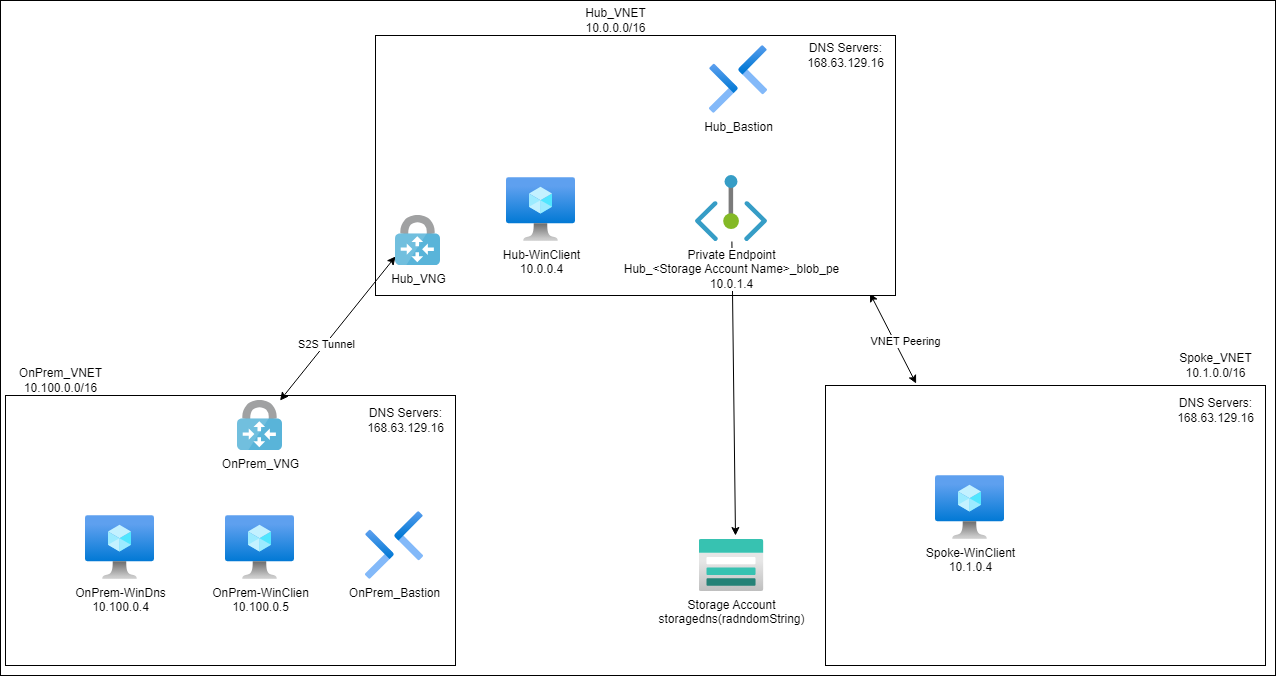
jimgodden/Azure_Networking_Labs keeps this draw.io diagram as Deployment_Training/Azure_DNS/diagram.drawio.png. Above is the earlier version. Source tidied: cells renumbered, new cells last; positions are measured from the earlier drawing's top-left corner, leaving out a move shared by most shapes. The source it was exported from:
```xml
<mxGraphModel>
  <root>
    <mxCell id="0" />
    <mxCell id="1" parent="0" />
    <mxCell id="2" style="whiteSpace=wrap;html=1;" parent="1" vertex="1">
      <mxGeometry width="1275" height="675" as="geometry" />
    </mxCell>
    <mxCell id="3" style="rounded=0;whiteSpace=wrap;html=1;" parent="1" vertex="1">
      <mxGeometry x="825" y="385" width="440" height="280" as="geometry" />
    </mxCell>
    <mxCell id="4" value="Spoke_VNET&lt;br&gt;10.1.0.0/16" style="text;html=1;align=center;verticalAlign=middle;strokeColor=none;fillColor=none;" parent="1" vertex="1">
      <mxGeometry x="1165" y="345" width="100" height="40" as="geometry" />
    </mxCell>
    <mxCell id="5" style="edgeStyle=none;html=1;entryX=0.206;entryY=-0.007;entryDx=0;entryDy=0;entryPerimeter=0;exitX=0.951;exitY=0.992;exitDx=0;exitDy=0;exitPerimeter=0;startArrow=classic;startFill=1;" parent="1" edge="1" source="7" target="3">
      <mxGeometry relative="1" as="geometry" />
    </mxCell>
    <mxCell id="6" value="VNET Peering" style="edgeLabel;html=1;align=center;verticalAlign=middle;" parent="5" vertex="1">
      <mxGeometry x="0.35" y="1" relative="1" as="geometry">
        <mxPoint x="3" y="-12" as="offset" />
      </mxGeometry>
    </mxCell>
    <mxCell id="7" style="rounded=0;whiteSpace=wrap;html=1;" parent="1" vertex="1">
      <mxGeometry x="375" y="35" width="520" height="260" as="geometry" />
    </mxCell>
    <mxCell id="8" value="Hub_VNET&lt;br&gt;10.0.0.0/16" style="text;html=1;align=center;verticalAlign=middle;strokeColor=none;fillColor=none;" parent="1" vertex="1">
      <mxGeometry x="575" width="80" height="40" as="geometry" />
    </mxCell>
    <mxCell id="9" style="whiteSpace=wrap;html=1;" parent="1" vertex="1">
      <mxGeometry x="5" y="395" width="450" height="270" as="geometry" />
    </mxCell>
    <mxCell id="10" value="OnPrem_VNET&lt;br&gt;10.100.0.0/16" style="text;html=1;align=center;verticalAlign=middle;strokeColor=none;fillColor=none;" parent="1" vertex="1">
      <mxGeometry x="5" y="360" width="110" height="40" as="geometry" />
    </mxCell>
    <mxCell id="11" value="OnPrem-WinDns&lt;br&gt;10.100.0.4" style="html=1;align=center;image;fontSize=12;image=img/lib/azure2/compute/Virtual_Machine.svg;" parent="1" vertex="1">
      <mxGeometry x="85" y="515" width="69" height="64" as="geometry" />
    </mxCell>
    <mxCell id="12" value="Storage Account&lt;br&gt;storagedns(radndomString)" style="html=1;align=center;image;fontSize=12;image=img/lib/azure2/storage/Storage_Accounts.svg;" parent="1" vertex="1">
      <mxGeometry x="698.5" y="539" width="65" height="52" as="geometry" />
    </mxCell>
    <mxCell id="13" value="Hub_Bastion" style="html=1;align=center;image;fontSize=12;image=img/lib/azure2/networking/Bastions.svg;" parent="1" vertex="1">
      <mxGeometry x="709" y="45" width="58" height="68" as="geometry" />
    </mxCell>
    <mxCell id="14" style="edgeStyle=none;html=1;startArrow=none;startFill=0;" parent="1" edge="1" source="15">
      <mxGeometry relative="1" as="geometry">
        <mxPoint x="735" y="535" as="targetPoint" />
      </mxGeometry>
    </mxCell>
    <mxCell id="15" value="Private Endpoint&lt;br&gt;Hub_&amp;lt;Storage Account Name&amp;gt;_blob_pe&lt;br&gt;10.0.1.4" style="html=1;points=[];align=center;image;fontSize=12;image=img/lib/azure2/networking/Private_Endpoint.svg;" parent="1" vertex="1">
      <mxGeometry x="695" y="175" width="72" height="66" as="geometry" />
    </mxCell>
    <mxCell id="16" value="DNS Servers:&lt;br&gt;168.63.129.16" style="text;html=1;align=center;verticalAlign=middle;strokeColor=none;fillColor=none;" parent="1" vertex="1">
      <mxGeometry x="1165" y="390" width="100" height="40" as="geometry" />
    </mxCell>
    <mxCell id="17" value="DNS Servers:&lt;br&gt;168.63.129.16" style="text;html=1;align=center;verticalAlign=middle;strokeColor=none;fillColor=none;" parent="1" vertex="1">
      <mxGeometry x="795" y="35" width="100" height="40" as="geometry" />
    </mxCell>
    <mxCell id="18" value="DNS Servers:&lt;br&gt;168.63.129.16" style="text;html=1;align=center;verticalAlign=middle;strokeColor=none;fillColor=none;" parent="1" vertex="1">
      <mxGeometry x="355" y="400" width="100" height="40" as="geometry" />
    </mxCell>
    <mxCell id="19" value="OnPrem-WinClien&lt;br&gt;10.100.0.5" style="html=1;align=center;image;fontSize=12;image=img/lib/azure2/compute/Virtual_Machine.svg;" parent="1" vertex="1">
      <mxGeometry x="225" y="515" width="69" height="64" as="geometry" />
    </mxCell>
    <mxCell id="20" value="Spoke-WinClient&lt;br&gt;10.1.0.4" style="html=1;align=center;image;fontSize=12;image=img/lib/azure2/compute/Virtual_Machine.svg;" parent="1" vertex="1">
      <mxGeometry x="935" y="475" width="69" height="64" as="geometry" />
    </mxCell>
    <mxCell id="21" value="Hub-WinClient&lt;br&gt;10.0.0.4" style="html=1;align=center;image;fontSize=12;image=img/lib/azure2/compute/Virtual_Machine.svg;" parent="1" vertex="1">
      <mxGeometry x="506" y="177" width="69" height="64" as="geometry" />
    </mxCell>
    <mxCell id="22" style="edgeStyle=none;html=1;entryX=0;entryY=0.82;entryDx=0;entryDy=0;entryPerimeter=0;startArrow=classic;startFill=1;" parent="1" edge="1" source="24" target="25">
      <mxGeometry relative="1" as="geometry" />
    </mxCell>
    <mxCell id="23" value="S2S Tunnel" style="edgeLabel;html=1;align=center;verticalAlign=middle;" parent="22" vertex="1">
      <mxGeometry x="-0.21" relative="1" as="geometry" />
    </mxCell>
    <mxCell id="24" value="OnPrem_VNG" style="sketch=0;html=1;points=[];align=center;image;fontSize=12;image=img/lib/mscae/VPN_Gateway.svg;" parent="1" vertex="1">
      <mxGeometry x="237" y="400" width="45" height="50" as="geometry" />
    </mxCell>
    <mxCell id="25" value="Hub_VNG" style="sketch=0;html=1;points=[];align=center;image;fontSize=12;image=img/lib/mscae/VPN_Gateway.svg;" parent="1" vertex="1">
      <mxGeometry x="395" y="215" width="45" height="50" as="geometry" />
    </mxCell>
    <mxCell id="26" value="OnPrem_Bastion" style="html=1;points=[];align=center;image;fontSize=12;image=img/lib/azure2/networking/Bastions.svg;" parent="1" vertex="1">
      <mxGeometry x="365" y="511" width="58" height="68" as="geometry" />
    </mxCell>
  </root>
</mxGraphModel>
```
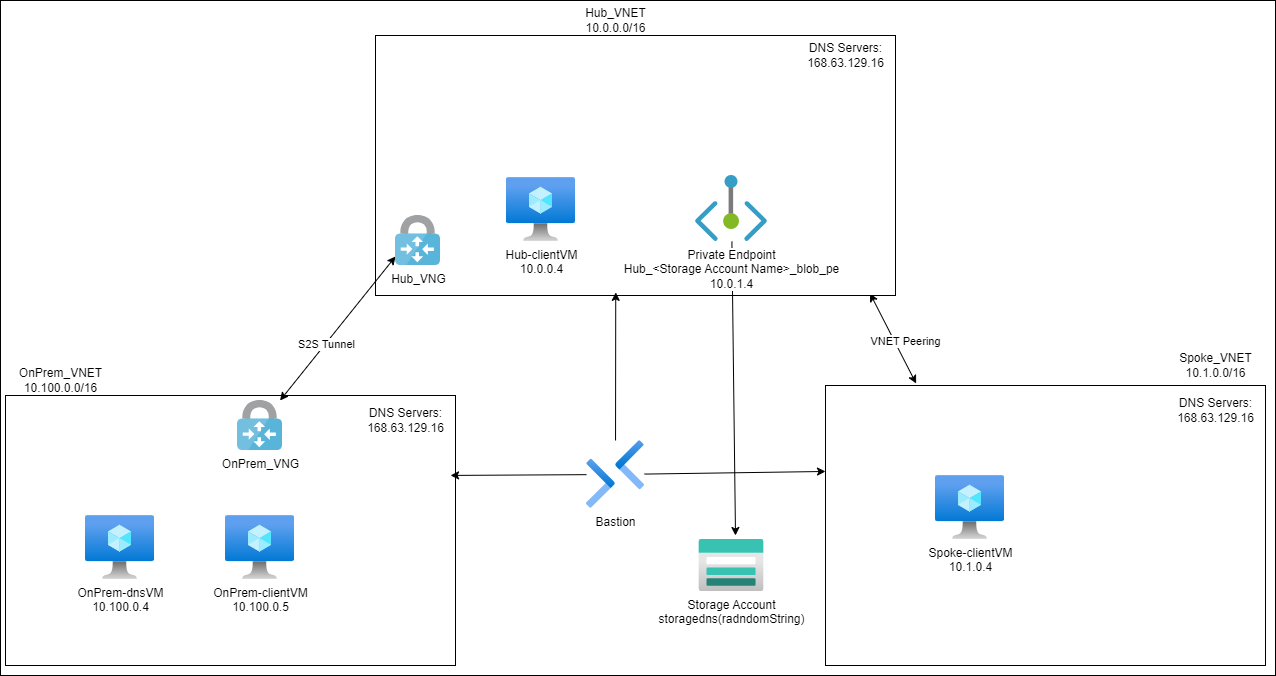
Later version of the same file.

What changed in the source:
```diff
@@ -31,15 +31,12 @@
     <mxCell id="10" value="OnPrem_VNET&lt;br&gt;10.100.0.0/16" style="text;html=1;align=center;verticalAlign=middle;strokeColor=none;fillColor=none;" parent="1" vertex="1">
       <mxGeometry x="5" y="360" width="110" height="40" as="geometry" />
     </mxCell>
-    <mxCell id="11" value="OnPrem-WinDns&lt;br&gt;10.100.0.4" style="html=1;align=center;image;fontSize=12;image=img/lib/azure2/compute/Virtual_Machine.svg;" parent="1" vertex="1">
+    <mxCell id="11" value="OnPrem-dnsVM&lt;br&gt;10.100.0.4" style="html=1;align=center;image;fontSize=12;image=img/lib/azure2/compute/Virtual_Machine.svg;" parent="1" vertex="1">
       <mxGeometry x="85" y="515" width="69" height="64" as="geometry" />
     </mxCell>
     <mxCell id="12" value="Storage Account&lt;br&gt;storagedns(radndomString)" style="html=1;align=center;image;fontSize=12;image=img/lib/azure2/storage/Storage_Accounts.svg;" parent="1" vertex="1">
       <mxGeometry x="698.5" y="539" width="65" height="52" as="geometry" />
     </mxCell>
-    <mxCell id="13" value="Hub_Bastion" style="html=1;align=center;image;fontSize=12;image=img/lib/azure2/networking/Bastions.svg;" parent="1" vertex="1">
-      <mxGeometry x="709" y="45" width="58" height="68" as="geometry" />
-    </mxCell>
     <mxCell id="14" style="edgeStyle=none;html=1;startArrow=none;startFill=0;" parent="1" edge="1" source="15">
       <mxGeometry relative="1" as="geometry">
         <mxPoint x="735" y="535" as="targetPoint" />
@@ -57,13 +54,13 @@
     <mxCell id="18" value="DNS Servers:&lt;br&gt;168.63.129.16" style="text;html=1;align=center;verticalAlign=middle;strokeColor=none;fillColor=none;" parent="1" vertex="1">
       <mxGeometry x="355" y="400" width="100" height="40" as="geometry" />
     </mxCell>
-    <mxCell id="19" value="OnPrem-WinClien&lt;br&gt;10.100.0.5" style="html=1;align=center;image;fontSize=12;image=img/lib/azure2/compute/Virtual_Machine.svg;" parent="1" vertex="1">
+    <mxCell id="19" value="OnPrem-clientVM&lt;br&gt;10.100.0.5" style="html=1;align=center;image;fontSize=12;image=img/lib/azure2/compute/Virtual_Machine.svg;" parent="1" vertex="1">
       <mxGeometry x="225" y="515" width="69" height="64" as="geometry" />
     </mxCell>
-    <mxCell id="20" value="Spoke-WinClient&lt;br&gt;10.1.0.4" style="html=1;align=center;image;fontSize=12;image=img/lib/azure2/compute/Virtual_Machine.svg;" parent="1" vertex="1">
+    <mxCell id="20" value="Spoke-clientVM&lt;br&gt;10.1.0.4" style="html=1;align=center;image;fontSize=12;image=img/lib/azure2/compute/Virtual_Machine.svg;" parent="1" vertex="1">
       <mxGeometry x="935" y="475" width="69" height="64" as="geometry" />
     </mxCell>
-    <mxCell id="21" value="Hub-WinClient&lt;br&gt;10.0.0.4" style="html=1;align=center;image;fontSize=12;image=img/lib/azure2/compute/Virtual_Machine.svg;" parent="1" vertex="1">
+    <mxCell id="21" value="Hub-clientVM&lt;br&gt;10.0.0.4" style="html=1;align=center;image;fontSize=12;image=img/lib/azure2/compute/Virtual_Machine.svg;" parent="1" vertex="1">
       <mxGeometry x="506" y="177" width="69" height="64" as="geometry" />
     </mxCell>
     <mxCell id="22" style="edgeStyle=none;html=1;entryX=0;entryY=0.82;entryDx=0;entryDy=0;entryPerimeter=0;startArrow=classic;startFill=1;" parent="1" edge="1" source="24" target="25">
@@ -78,8 +75,17 @@
     <mxCell id="25" value="Hub_VNG" style="sketch=0;html=1;points=[];align=center;image;fontSize=12;image=img/lib/mscae/VPN_Gateway.svg;" parent="1" vertex="1">
       <mxGeometry x="395" y="215" width="45" height="50" as="geometry" />
     </mxCell>
+    <mxCell id="27" style="edgeStyle=none;html=1;entryX=0.989;entryY=0.296;entryDx=0;entryDy=0;entryPerimeter=0;" parent="1" edge="1" source="26" target="9">
+      <mxGeometry relative="1" as="geometry" />
+    </mxCell>
+    <mxCell id="28" style="edgeStyle=none;html=1;entryX=0;entryY=0.307;entryDx=0;entryDy=0;entryPerimeter=0;" parent="1" edge="1" source="26" target="3">
+      <mxGeometry relative="1" as="geometry" />
+    </mxCell>
+    <mxCell id="29" style="edgeStyle=none;html=1;entryX=0.462;entryY=0.988;entryDx=0;entryDy=0;entryPerimeter=0;" parent="1" edge="1" source="26" target="7">
+      <mxGeometry relative="1" as="geometry" />
+    </mxCell>
-    <mxCell id="26" value="OnPrem_Bastion" style="html=1;points=[];align=center;image;fontSize=12;image=img/lib/azure2/networking/Bastions.svg;" parent="1" vertex="1">
-      <mxGeometry x="365" y="511" width="58" height="68" as="geometry" />
+    <mxCell id="26" value="Bastion" style="html=1;points=[];align=center;image;fontSize=12;image=img/lib/azure2/networking/Bastions.svg;" parent="1" vertex="1">
+      <mxGeometry x="586" y="440" width="58" height="68" as="geometry" />
     </mxCell>
   </root>
 </mxGraphModel>
```
